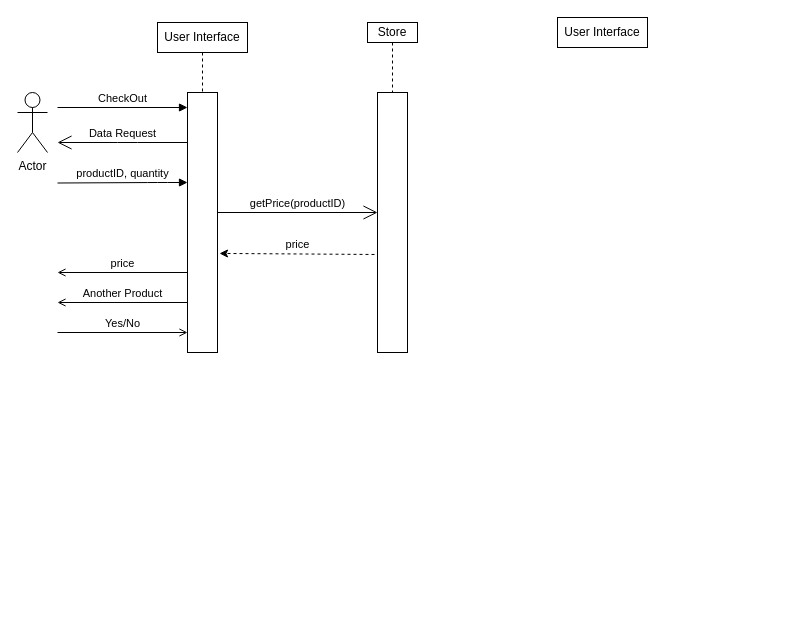
The draw.io diagram Doc/Sequence Diagrams/Diagram 4.drawio in vinnyyo/GroupProject1, before the edit. Source tidied: cells renumbered, new cells numbered last; positions are measured from the earlier drawing's top-left corner, leaving out a move shared by most shapes. Both pictures are drawn from the tidied source at 100%, with x=0, y=0 at pixel (17, 17).
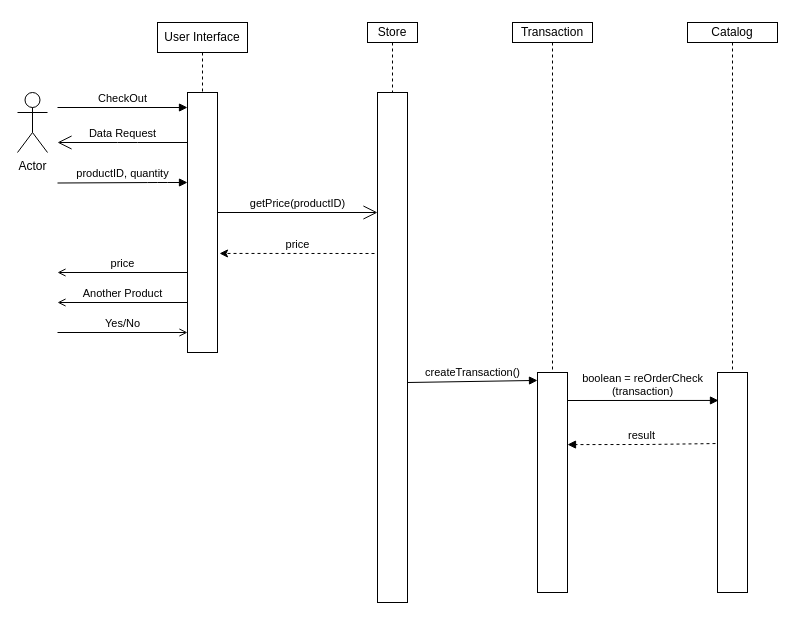
The same diagram, later.

The change refers to these unchanged cells:
```xml
<mxCell id="11" style="html=1;points=[];perimeter=orthogonalPerimeter;strokeWidth=1;" parent="1" vertex="1">
  <mxGeometry x="170" y="75" width="30" height="260" as="geometry" />
</mxCell>
```

What changed in the source:
```diff
@@
+    <mxCell id="18" style="edgeStyle=orthogonalEdgeStyle;shape=link;rounded=0;sketch=0;jettySize=auto;html=1;exitX=0.5;exitY=1;exitDx=0;exitDy=0;dashed=1;startArrow=none;startFill=0;endArrow=open;endFill=0;strokeColor=none;" parent="1" edge="1" source="7" target="21">
+      <mxGeometry relative="1" as="geometry" />
+    </mxCell>
+    <mxCell id="19" style="edgeStyle=orthogonalEdgeStyle;rounded=0;jettySize=auto;html=1;exitX=0.5;exitY=1;exitDx=0;exitDy=0;entryX=0.5;entryY=0;entryDx=0;entryDy=0;dashed=1;startFill=0;endArrow=none;endFill=0;" parent="1" edge="1" source="7" target="21">
+      <mxGeometry relative="1" as="geometry" />
+    </mxCell>
-    <mxCell id="7" value="User Interface&lt;br&gt;" style="rounded=0;whiteSpace=wrap;html=1;" parent="1" vertex="1">
-      <mxGeometry x="540" width="90" height="30" as="geometry" />
+    <mxCell id="7" value="Transaction" style="rounded=0;whiteSpace=wrap;html=1;" parent="1" vertex="1">
+      <mxGeometry x="495" y="5" width="80" height="20" as="geometry" />
     </mxCell>
@@
     <mxCell id="13" style="rounded=0;whiteSpace=wrap;html=1;strokeWidth=1;" parent="1" vertex="1">
-      <mxGeometry x="360" y="75" width="30" height="260" as="geometry" />
+      <mxGeometry x="360" y="75" width="30" height="510" as="geometry" />
     </mxCell>
-    <mxCell id="14" value="price" style="endArrow=classic;html=1;dashed=1;exitX=-0.1;exitY=0.623;exitDx=0;exitDy=0;exitPerimeter=0;entryX=1.067;entryY=0.619;entryDx=0;entryDy=0;entryPerimeter=0;verticalAlign=bottom;" parent="1" edge="1" source="13" target="11">
-      <mxGeometry relative="1" as="geometry" />
+    <mxCell id="14" value="price" style="endArrow=classic;html=1;dashed=1;entryX=1.067;entryY=0.619;entryDx=0;entryDy=0;entryPerimeter=0;verticalAlign=bottom;" parent="1" edge="1" target="11">
+      <mxGeometry relative="1" as="geometry">
+        <mxPoint x="357" y="236" as="sourcePoint" />
+      </mxGeometry>
     </mxCell>
@@
+    <mxCell id="20" value="createTransaction()" style="html=1;verticalAlign=bottom;startArrow=none;endArrow=block;startSize=8;startFill=0;entryX=0;entryY=0.036;entryDx=0;entryDy=0;entryPerimeter=0;" parent="1" edge="1" target="21">
+      <mxGeometry relative="1" as="geometry">
+        <mxPoint x="390" y="365" as="sourcePoint" />
+        <Array as="points">
+          <mxPoint x="390" y="365" />
+        </Array>
+      </mxGeometry>
+    </mxCell>
+    <mxCell id="21" style="rounded=0;whiteSpace=wrap;html=1;" parent="1" vertex="1">
+      <mxGeometry x="520" y="355" width="30" height="220" as="geometry" />
+    </mxCell>
+    <mxCell id="22" style="edgeStyle=orthogonalEdgeStyle;shape=arrow;rounded=0;orthogonalLoop=1;jettySize=auto;html=1;exitX=0.5;exitY=1;exitDx=0;exitDy=0;dashed=1;startArrow=none;startFill=0;endArrow=open;endFill=0;" parent="1" edge="1" source="7" target="7">
+      <mxGeometry relative="1" as="geometry" />
+    </mxCell>
+    <mxCell id="23" style="edgeStyle=orthogonalEdgeStyle;rounded=0;jettySize=auto;html=1;exitX=0.5;exitY=1;exitDx=0;exitDy=0;entryX=0.5;entryY=0;entryDx=0;entryDy=0;dashed=1;startFill=0;endArrow=none;endFill=0;" parent="1" edge="1" source="24" target="25">
+      <mxGeometry relative="1" as="geometry" />
+    </mxCell>
+    <mxCell id="24" value="Catalog" style="rounded=0;whiteSpace=wrap;html=1;strokeWidth=1;gradientColor=none;" parent="1" vertex="1">
+      <mxGeometry x="670" y="5" width="90" height="20" as="geometry" />
+    </mxCell>
+    <mxCell id="25" style="rounded=0;whiteSpace=wrap;html=1;strokeWidth=1;gradientColor=none;" parent="1" vertex="1">
+      <mxGeometry x="700" y="355" width="30" height="220" as="geometry" />
+    </mxCell>
+    <mxCell id="26" value="boolean = reOrderCheck&lt;br&gt;(transaction)" style="html=1;verticalAlign=bottom;startArrow=none;endArrow=block;startSize=8;startFill=0;entryX=0.033;entryY=0.127;entryDx=0;entryDy=0;entryPerimeter=0;" parent="1" edge="1" target="25">
+      <mxGeometry relative="1" as="geometry">
+        <mxPoint x="550" y="383" as="sourcePoint" />
+      </mxGeometry>
+    </mxCell>
+    <mxCell id="27" value="result" style="html=1;verticalAlign=bottom;startArrow=none;endArrow=block;startSize=8;startFill=0;entryX=0;entryY=0.036;entryDx=0;entryDy=0;entryPerimeter=0;exitX=-0.067;exitY=0.323;exitDx=0;exitDy=0;exitPerimeter=0;dashed=1;" parent="1" edge="1" source="25">
+      <mxGeometry relative="1" as="geometry">
+        <mxPoint x="550" y="427.1" as="targetPoint" />
+        <Array as="points">
+          <mxPoint x="630" y="427" />
+          <mxPoint x="550" y="427.1" />
+        </Array>
+      </mxGeometry>
+    </mxCell>
```
